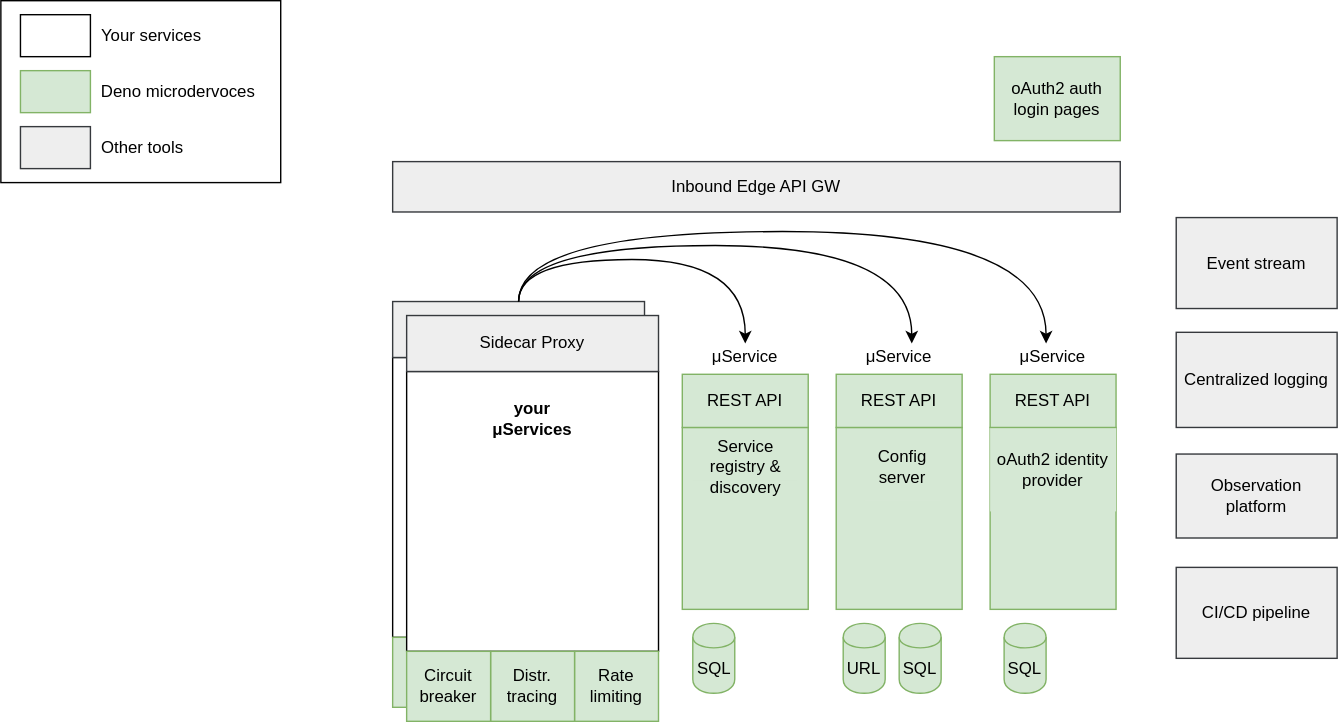
Above: doc/main.svg in mezozoik/deno-microservices (draw.io), before the change. Source tidied: cells renumbered, new cells last; positions are measured from the earlier drawing's top-left corner, leaving out a move shared by most shapes.
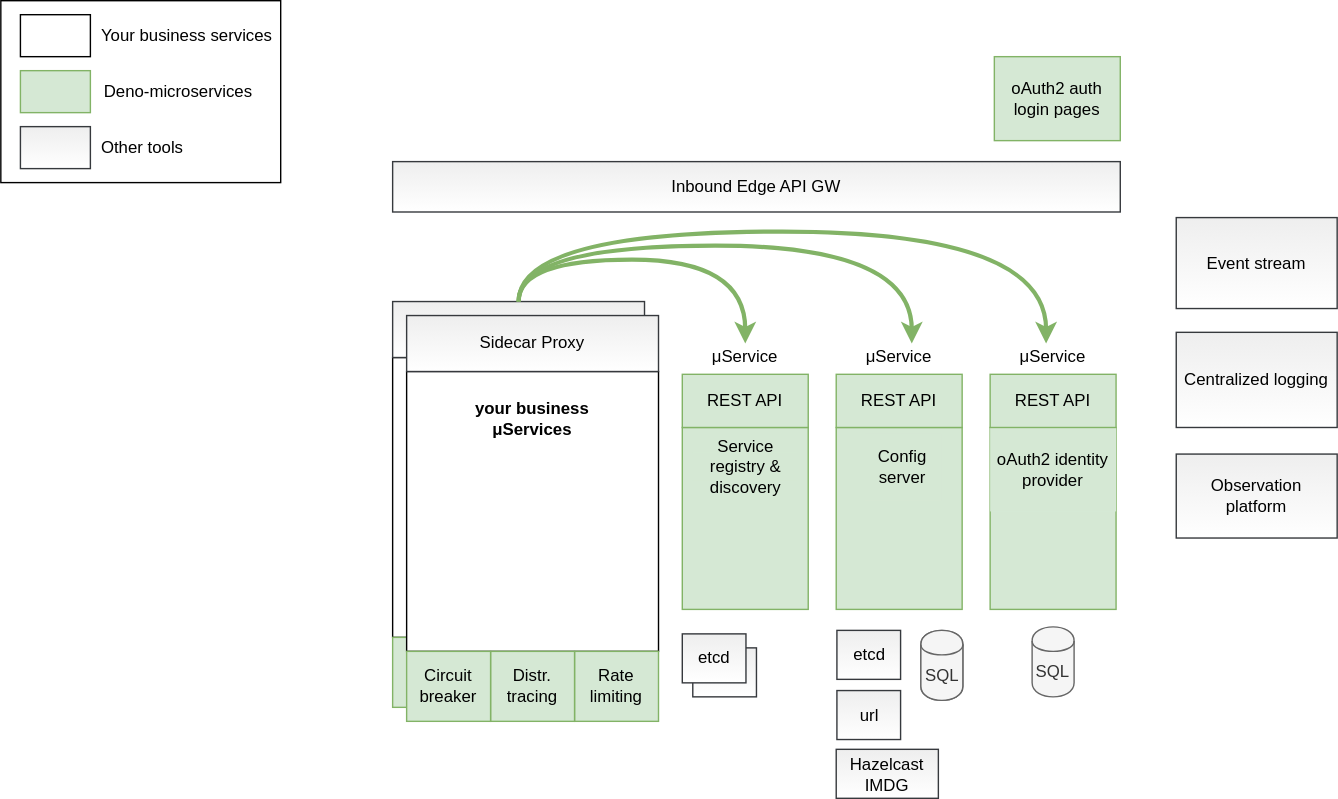
After the commit.

What changed in the source:
```diff
@@ -8,13 +8,13 @@
     <mxCell id="3" style="rounded=0;whiteSpace=wrap;html=1;" parent="1" vertex="1">
       <mxGeometry x="280" y="255" width="180" height="200" as="geometry" />
     </mxCell>
-    <mxCell id="4" style="rounded=0;whiteSpace=wrap;html=1;fillColor=#d5e8d4;strokeColor=#82b366;" parent="1" vertex="1">
+    <mxCell id="4" style="rounded=0;whiteSpace=wrap;html=1;fillColor=#d5e8d4;strokeColor=#82b366;gradientColor=none;" parent="1" vertex="1">
       <mxGeometry x="597" y="305" width="90" height="130" as="geometry" />
     </mxCell>
-    <mxCell id="5" style="rounded=0;whiteSpace=wrap;html=1;fillColor=#d5e8d4;strokeColor=#82b366;" parent="1" vertex="1">
+    <mxCell id="5" style="rounded=0;whiteSpace=wrap;html=1;fillColor=#d5e8d4;strokeColor=#82b366;gradientColor=none;" parent="1" vertex="1">
       <mxGeometry x="707" y="305" width="90" height="130" as="geometry" />
     </mxCell>
-    <mxCell id="6" style="rounded=0;whiteSpace=wrap;html=1;fillColor=#d5e8d4;strokeColor=#82b366;" parent="1" vertex="1">
+    <mxCell id="6" style="rounded=0;whiteSpace=wrap;html=1;fillColor=#d5e8d4;strokeColor=#82b366;gradientColor=none;" parent="1" vertex="1">
       <mxGeometry x="487" y="305" width="90" height="130" as="geometry" />
     </mxCell>
     <mxCell id="7" value="Rate limiting" style="rounded=0;whiteSpace=wrap;html=1;fillColor=#d5e8d4;strokeColor=#82b366;" parent="1" vertex="1">
@@ -23,16 +23,16 @@
     <mxCell id="8" value="Distr. tracing" style="rounded=0;whiteSpace=wrap;html=1;fillColor=#d5e8d4;strokeColor=#82b366;" parent="1" vertex="1">
       <mxGeometry x="340" y="455" width="60" height="50" as="geometry" />
     </mxCell>
-    <mxCell id="9" value="Circuit breaker" style="rounded=0;whiteSpace=wrap;html=1;fillColor=#d5e8d4;strokeColor=#82b366;" parent="1" vertex="1">
+    <mxCell id="9" value="Circuit breaker" style="rounded=0;whiteSpace=wrap;html=1;fillColor=#d5e8d4;strokeColor=#82b366;gradientColor=none;" parent="1" vertex="1">
       <mxGeometry x="280" y="455" width="60" height="50" as="geometry" />
     </mxCell>
     <mxCell id="10" value="μService" style="text;html=1;align=center;verticalAlign=middle;whiteSpace=wrap;rounded=0;" parent="1" vertex="1">
       <mxGeometry x="612" y="245" width="60" height="20" as="geometry" />
     </mxCell>
-    <mxCell id="11" value="Event stream" style="rounded=0;whiteSpace=wrap;html=1;fillColor=#eeeeee;strokeColor=#36393d;" parent="1" vertex="1">
+    <mxCell id="11" value="Event stream" style="rounded=0;whiteSpace=wrap;html=1;fillColor=#eeeeee;strokeColor=#36393d;gradientColor=#ffffff;" parent="1" vertex="1">
       <mxGeometry x="840" y="155" width="115" height="65" as="geometry" />
     </mxCell>
-    <mxCell id="12" value="Sidecar Proxy" style="rounded=0;whiteSpace=wrap;html=1;fillColor=#eeeeee;strokeColor=#36393d;" parent="1" vertex="1">
+    <mxCell id="12" value="Sidecar Proxy" style="rounded=0;whiteSpace=wrap;html=1;fillColor=#eeeeee;strokeColor=#36393d;gradientColor=#ffffff;" parent="1" vertex="1">
       <mxGeometry x="280" y="215" width="180" height="40" as="geometry" />
     </mxCell>
     <mxCell id="13" value="your μService" style="text;html=1;strokeColor=none;fillColor=none;align=center;verticalAlign=middle;whiteSpace=wrap;rounded=0;fontStyle=1;" parent="1" vertex="1">
@@ -44,55 +44,49 @@
     <mxCell id="15" value="μService" style="text;html=1;align=center;verticalAlign=middle;whiteSpace=wrap;rounded=0;" parent="1" vertex="1">
       <mxGeometry x="722" y="245" width="60" height="20" as="geometry" />
     </mxCell>
-    <mxCell id="16" value="Service registry &amp;amp; discovery" style="text;html=1;strokeColor=none;fillColor=#d5e8d4;align=center;verticalAlign=middle;whiteSpace=wrap;rounded=0;" parent="1" vertex="1">
+    <mxCell id="16" value="Service registry &amp;amp; discovery" style="text;html=1;strokeColor=none;fillColor=#d5e8d4;align=center;verticalAlign=middle;whiteSpace=wrap;rounded=0;gradientColor=none;" parent="1" vertex="1">
       <mxGeometry x="494.5" y="323" width="75" height="20" as="geometry" />
     </mxCell>
-    <mxCell id="17" value="Config server" style="text;html=1;strokeColor=none;fillColor=#d5e8d4;align=center;verticalAlign=middle;whiteSpace=wrap;rounded=0;" parent="1" vertex="1">
+    <mxCell id="17" value="Config server" style="text;html=1;strokeColor=none;fillColor=#d5e8d4;align=center;verticalAlign=middle;whiteSpace=wrap;rounded=0;gradientColor=none;" parent="1" vertex="1">
       <mxGeometry x="617" y="309" width="55" height="48" as="geometry" />
     </mxCell>
-    <mxCell id="18" value="oAuth2 identity provider" style="text;html=1;strokeColor=none;fillColor=#d5e8d4;align=center;verticalAlign=middle;whiteSpace=wrap;rounded=0;" parent="1" vertex="1">
+    <mxCell id="18" value="oAuth2 identity provider" style="text;html=1;strokeColor=none;fillColor=#d5e8d4;align=center;verticalAlign=middle;whiteSpace=wrap;rounded=0;gradientColor=none;" parent="1" vertex="1">
       <mxGeometry x="707" y="305" width="90" height="60" as="geometry" />
     </mxCell>
     <mxCell id="19" style="edgeStyle=orthogonalEdgeStyle;rounded=0;orthogonalLoop=1;jettySize=auto;html=1;exitX=0.5;exitY=1;exitDx=0;exitDy=0;fillColor=#d5e8d4;strokeColor=#82b366;" parent="1" edge="1" source="16" target="16">
       <mxGeometry relative="1" as="geometry" />
     </mxCell>
-    <mxCell id="20" value="URL" style="shape=cylinder;whiteSpace=wrap;html=1;boundedLbl=1;backgroundOutline=1;fillColor=#d5e8d4;strokeColor=#82b366;" parent="1" vertex="1">
-      <mxGeometry x="602" y="445" width="30" height="50" as="geometry" />
-    </mxCell>
-    <mxCell id="21" value="SQL" style="shape=cylinder;whiteSpace=wrap;html=1;boundedLbl=1;backgroundOutline=1;fillColor=#d5e8d4;strokeColor=#82b366;" parent="1" vertex="1">
-      <mxGeometry x="494.5" y="445" width="30" height="50" as="geometry" />
-    </mxCell>
-    <mxCell id="22" value="SQL" style="shape=cylinder;whiteSpace=wrap;html=1;boundedLbl=1;backgroundOutline=1;fillColor=#d5e8d4;strokeColor=#82b366;" parent="1" vertex="1">
-      <mxGeometry x="642" y="445" width="30" height="50" as="geometry" />
+    <mxCell id="22" value="SQL" style="shape=cylinder;whiteSpace=wrap;html=1;boundedLbl=1;backgroundOutline=1;fillColor=#f5f5f5;strokeColor=#666666;fontColor=#333333;" parent="1" vertex="1">
+      <mxGeometry x="657.5" y="450" width="30" height="50" as="geometry" />
     </mxCell>
-    <mxCell id="23" value="SQL" style="shape=cylinder;whiteSpace=wrap;html=1;boundedLbl=1;backgroundOutline=1;fillColor=#d5e8d4;strokeColor=#82b366;" parent="1" vertex="1">
-      <mxGeometry x="717" y="445" width="30" height="50" as="geometry" />
+    <mxCell id="23" value="SQL" style="shape=cylinder;whiteSpace=wrap;html=1;boundedLbl=1;backgroundOutline=1;fillColor=#f5f5f5;strokeColor=#666666;fontColor=#333333;" parent="1" vertex="1">
+      <mxGeometry x="737" y="447.5" width="30" height="50" as="geometry" />
     </mxCell>
-    <mxCell id="24" value="Inbound Edge API GW" style="rounded=0;whiteSpace=wrap;html=1;fillColor=#eeeeee;strokeColor=#36393d;" parent="1" vertex="1">
+    <mxCell id="24" value="Inbound Edge API GW" style="rounded=0;whiteSpace=wrap;html=1;fillColor=#eeeeee;strokeColor=#36393d;gradientColor=#ffffff;" parent="1" vertex="1">
       <mxGeometry x="280" y="115" width="520" height="36" as="geometry" />
     </mxCell>
-    <mxCell id="25" value="Observation&lt;br&gt;platform" style="rounded=0;whiteSpace=wrap;html=1;fillColor=#eeeeee;strokeColor=#36393d;" parent="1" vertex="1">
+    <mxCell id="25" value="Observation&lt;br&gt;platform" style="rounded=0;whiteSpace=wrap;html=1;fillColor=#eeeeee;strokeColor=#36393d;gradientColor=#ffffff;" parent="1" vertex="1">
       <mxGeometry x="840" y="324" width="115" height="60" as="geometry" />
     </mxCell>
-    <mxCell id="26" value="Centralized logging" style="rounded=0;whiteSpace=wrap;html=1;fillColor=#eeeeee;strokeColor=#36393d;" parent="1" vertex="1">
+    <mxCell id="26" value="Centralized logging" style="rounded=0;whiteSpace=wrap;html=1;fillColor=#eeeeee;strokeColor=#36393d;gradientColor=#ffffff;" parent="1" vertex="1">
       <mxGeometry x="840" y="237" width="115" height="68" as="geometry" />
     </mxCell>
-    <mxCell id="27" value="CI/CD pipeline" style="rounded=0;whiteSpace=wrap;html=1;fillColor=#eeeeee;strokeColor=#36393d;" parent="1" vertex="1">
-      <mxGeometry x="840" y="405" width="115" height="65" as="geometry" />
+    <mxCell id="27" value="etcd" style="rounded=0;whiteSpace=wrap;html=1;fillColor=#eeeeee;strokeColor=#36393d;gradientColor=#ffffff;" parent="1" vertex="1">
+      <mxGeometry x="494.5" y="462.5" width="45.5" height="35" as="geometry" />
     </mxCell>
-    <mxCell id="28" value="oAuth2 auth login pages" style="rounded=0;whiteSpace=wrap;html=1;fillColor=#d5e8d4;strokeColor=#82b366;" parent="1" vertex="1">
+    <mxCell id="28" value="oAuth2 auth login pages" style="rounded=0;whiteSpace=wrap;html=1;fillColor=#d5e8d4;strokeColor=#82b366;gradientColor=none;" parent="1" vertex="1">
       <mxGeometry x="710" y="40" width="90" height="60" as="geometry" />
     </mxCell>
-    <mxCell id="29" value="REST API" style="rounded=0;whiteSpace=wrap;html=1;fillColor=#d5e8d4;strokeColor=#82b366;" parent="1" vertex="1">
+    <mxCell id="29" value="REST API" style="rounded=0;whiteSpace=wrap;html=1;fillColor=#d5e8d4;strokeColor=#82b366;gradientColor=none;" parent="1" vertex="1">
       <mxGeometry x="597" y="267" width="90" height="38" as="geometry" />
     </mxCell>
-    <mxCell id="30" value="REST API" style="rounded=0;whiteSpace=wrap;html=1;fillColor=#d5e8d4;strokeColor=#82b366;" parent="1" vertex="1">
+    <mxCell id="30" value="REST API" style="rounded=0;whiteSpace=wrap;html=1;fillColor=#d5e8d4;strokeColor=#82b366;gradientColor=none;" parent="1" vertex="1">
       <mxGeometry x="707" y="267" width="90" height="38" as="geometry" />
     </mxCell>
-    <mxCell id="31" value="REST API" style="rounded=0;whiteSpace=wrap;html=1;fillColor=#d5e8d4;strokeColor=#82b366;" parent="1" vertex="1">
+    <mxCell id="31" value="REST API" style="rounded=0;whiteSpace=wrap;html=1;fillColor=#d5e8d4;strokeColor=#82b366;gradientColor=none;" parent="1" vertex="1">
       <mxGeometry x="487" y="267" width="90" height="38" as="geometry" />
     </mxCell>
-    <mxCell id="32" style="endArrow=classic;html=1;edgeStyle=orthogonalEdgeStyle;curved=1;entryX=0.5;entryY=0;entryDx=0;entryDy=0;" parent="1" edge="1" target="14">
+    <mxCell id="32" style="endArrow=classic;html=1;edgeStyle=orthogonalEdgeStyle;curved=1;entryX=0.5;entryY=0;entryDx=0;entryDy=0;fillColor=#d5e8d4;strokeColor=#82b366;strokeWidth=3;" parent="1" edge="1" target="14">
       <mxGeometry relative="1" as="geometry">
         <mxPoint x="370" y="215" as="sourcePoint" />
         <Array as="points">
@@ -101,7 +95,7 @@
         </Array>
       </mxGeometry>
     </mxCell>
-    <mxCell id="33" style="endArrow=classic;html=1;edgeStyle=orthogonalEdgeStyle;curved=1;entryX=0.65;entryY=0;entryDx=0;entryDy=0;entryPerimeter=0;exitX=0.5;exitY=0;exitDx=0;exitDy=0;" parent="1" edge="1" source="12" target="10">
+    <mxCell id="33" style="endArrow=classic;html=1;edgeStyle=orthogonalEdgeStyle;curved=1;entryX=0.65;entryY=0;entryDx=0;entryDy=0;entryPerimeter=0;exitX=0.5;exitY=0;exitDx=0;exitDy=0;fillColor=#d5e8d4;strokeColor=#82b366;strokeWidth=3;" parent="1" edge="1" source="12" target="10">
       <mxGeometry relative="1" as="geometry">
         <Array as="points">
           <mxPoint x="370" y="175" />
@@ -109,7 +103,7 @@
         </Array>
       </mxGeometry>
     </mxCell>
-    <mxCell id="34" style="endArrow=classic;html=1;edgeStyle=orthogonalEdgeStyle;curved=1;entryX=0.65;entryY=0;entryDx=0;entryDy=0;entryPerimeter=0;" parent="1" edge="1">
+    <mxCell id="34" style="endArrow=classic;html=1;edgeStyle=orthogonalEdgeStyle;curved=1;entryX=0.65;entryY=0;entryDx=0;entryDy=0;entryPerimeter=0;fillColor=#d5e8d4;strokeColor=#82b366;strokeWidth=3;" parent="1" edge="1">
       <mxGeometry relative="1" as="geometry">
         <mxPoint x="370" y="215" as="sourcePoint" />
         <mxPoint x="747" y="245" as="targetPoint" />
@@ -122,38 +116,53 @@
     <mxCell id="35" style="rounded=0;whiteSpace=wrap;html=1;" parent="1" vertex="1">
       <mxGeometry x="290" y="265" width="180" height="200" as="geometry" />
     </mxCell>
-    <mxCell id="36" value="Rate limiting" style="rounded=0;whiteSpace=wrap;html=1;fillColor=#d5e8d4;strokeColor=#82b366;" parent="1" vertex="1">
+    <mxCell id="36" value="Rate limiting" style="rounded=0;whiteSpace=wrap;html=1;fillColor=#d5e8d4;strokeColor=#82b366;gradientColor=none;" parent="1" vertex="1">
       <mxGeometry x="410" y="465" width="60" height="50" as="geometry" />
     </mxCell>
-    <mxCell id="37" value="Distr. tracing" style="rounded=0;whiteSpace=wrap;html=1;fillColor=#d5e8d4;strokeColor=#82b366;" parent="1" vertex="1">
+    <mxCell id="37" value="Distr. tracing" style="rounded=0;whiteSpace=wrap;html=1;fillColor=#d5e8d4;strokeColor=#82b366;gradientColor=none;" parent="1" vertex="1">
       <mxGeometry x="350" y="465" width="60" height="50" as="geometry" />
     </mxCell>
-    <mxCell id="38" value="Circuit breaker" style="rounded=0;whiteSpace=wrap;html=1;fillColor=#d5e8d4;strokeColor=#82b366;" parent="1" vertex="1">
+    <mxCell id="38" value="Circuit breaker" style="rounded=0;whiteSpace=wrap;html=1;fillColor=#d5e8d4;strokeColor=#82b366;gradientColor=none;" parent="1" vertex="1">
       <mxGeometry x="290" y="465" width="60" height="50" as="geometry" />
     </mxCell>
-    <mxCell id="39" value="Sidecar Proxy" style="rounded=0;whiteSpace=wrap;html=1;fillColor=#eeeeee;strokeColor=#36393d;" parent="1" vertex="1">
+    <mxCell id="39" value="Sidecar Proxy" style="rounded=0;whiteSpace=wrap;html=1;fillColor=#eeeeee;strokeColor=#36393d;gradientColor=#ffffff;" parent="1" vertex="1">
       <mxGeometry x="290" y="225" width="180" height="40" as="geometry" />
     </mxCell>
-    <mxCell id="40" value="your μServices" style="text;html=1;strokeColor=none;fillColor=none;align=center;verticalAlign=middle;whiteSpace=wrap;rounded=0;fontStyle=1;" parent="1" vertex="1">
-      <mxGeometry x="345" y="279" width="70" height="40" as="geometry" />
+    <mxCell id="40" value="your business μServices" style="text;html=1;strokeColor=none;fillColor=none;align=center;verticalAlign=middle;whiteSpace=wrap;rounded=0;fontStyle=1;" parent="1" vertex="1">
+      <mxGeometry x="330" y="279" width="100" height="40" as="geometry" />
     </mxCell>
     <mxCell id="41" style="rounded=0;whiteSpace=wrap;html=1;fillColor=#d5e8d4;strokeColor=#82b366;" parent="1" vertex="1">
       <mxGeometry x="14" y="50" width="50" height="30" as="geometry" />
     </mxCell>
-    <mxCell id="42" value="Deno microdervoces" style="text;html=1;strokeColor=none;fillColor=none;align=center;verticalAlign=middle;whiteSpace=wrap;rounded=0;" parent="1" vertex="1">
+    <mxCell id="42" value="Deno-microservices" style="text;html=1;strokeColor=none;fillColor=none;align=center;verticalAlign=middle;whiteSpace=wrap;rounded=0;" parent="1" vertex="1">
       <mxGeometry x="64" y="55" width="126" height="20" as="geometry" />
     </mxCell>
     <mxCell id="43" value="Other tools" style="text;html=1;strokeColor=none;fillColor=none;align=left;verticalAlign=middle;whiteSpace=wrap;rounded=0;" parent="1" vertex="1">
       <mxGeometry x="70" y="95" width="126" height="20" as="geometry" />
     </mxCell>
-    <mxCell id="44" style="rounded=0;whiteSpace=wrap;html=1;fillColor=#eeeeee;strokeColor=#36393d;" parent="1" vertex="1">
+    <mxCell id="44" style="rounded=0;whiteSpace=wrap;html=1;fillColor=#eeeeee;strokeColor=#36393d;gradientColor=#ffffff;" parent="1" vertex="1">
       <mxGeometry x="14" y="90" width="50" height="30" as="geometry" />
     </mxCell>
     <mxCell id="45" style="rounded=0;whiteSpace=wrap;html=1;" parent="1" vertex="1">
       <mxGeometry x="14" y="10" width="50" height="30" as="geometry" />
     </mxCell>
-    <mxCell id="46" value="Your services" style="text;html=1;strokeColor=none;fillColor=none;align=left;verticalAlign=middle;whiteSpace=wrap;rounded=0;" parent="1" vertex="1">
+    <mxCell id="46" value="Your business services" style="text;html=1;strokeColor=none;fillColor=none;align=left;verticalAlign=middle;whiteSpace=wrap;rounded=0;" parent="1" vertex="1">
       <mxGeometry x="70" y="15" width="126" height="20" as="geometry" />
     </mxCell>
+    <mxCell id="47" value="etcd" style="rounded=0;whiteSpace=wrap;html=1;fillColor=#eeeeee;strokeColor=#36393d;gradientColor=#ffffff;" parent="1" vertex="1">
+      <mxGeometry x="487" y="452.5" width="45.5" height="35" as="geometry" />
+    </mxCell>
+    <mxCell id="48" value="etcd" style="rounded=0;whiteSpace=wrap;html=1;fillColor=#eeeeee;strokeColor=#36393d;gradientColor=#ffffff;" parent="1" vertex="1">
+      <mxGeometry x="597.5" y="450" width="45.5" height="35" as="geometry" />
+    </mxCell>
+    <mxCell id="49" value="url" style="rounded=0;whiteSpace=wrap;html=1;fillColor=#eeeeee;strokeColor=#36393d;gradientColor=#ffffff;" parent="1" vertex="1">
+      <mxGeometry x="597.5" y="493" width="45.5" height="35" as="geometry" />
+    </mxCell>
+    <mxCell id="50" value="Hazelcast IMDG" style="rounded=0;whiteSpace=wrap;html=1;fillColor=#eeeeee;strokeColor=#36393d;gradientColor=#ffffff;" parent="1" vertex="1">
+      <mxGeometry x="597" y="535" width="73" height="35" as="geometry" />
+    </mxCell>
+    <mxCell id="21" value="SQL" style="shape=cylinder;whiteSpace=wrap;html=1;boundedLbl=1;backgroundOutline=1;fillColor=#f5f5f5;strokeColor=#666666;fontColor=#333333;" parent="1" vertex="1">
+      <mxGeometry x="657.5" y="450" width="30" height="50" as="geometry" />
+    </mxCell>
   </root>
 </mxGraphModel>
```
